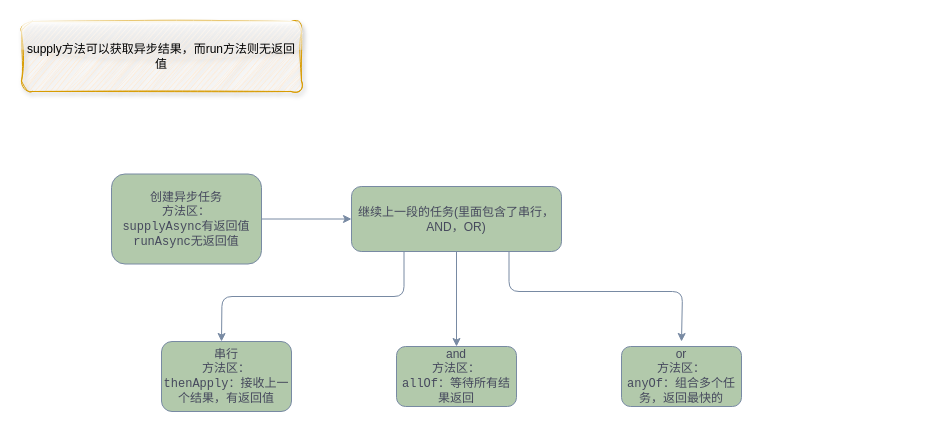
Earlier version of the draw.io diagram 异步编排的学习.drawio (Rain-with-me/uml). Source tidied: cells renumbered, new cells numbered last; positions are measured from the earlier drawing's top-left corner, leaving out a move shared by most shapes. Both pictures are drawn from the tidied source at 100%, with x=0, y=0 at pixel (21, 21).
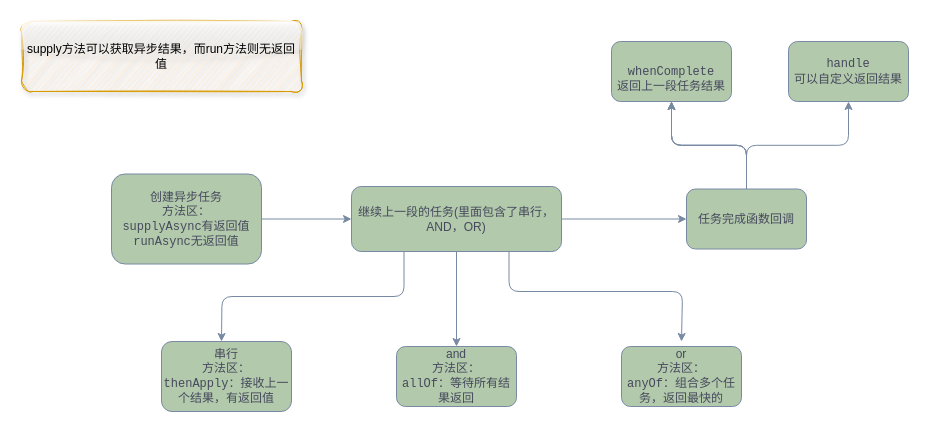
Above is the later version.

Commit message (it also covers changes not shown here):
更新异步编排的学习.drawio

Unchanged cells that the change refers to:
```xml
<mxCell id="7" value="继续上一段的任务(里面包含了串行，AND，OR)" style="rounded=1;whiteSpace=wrap;html=1;labelBackgroundColor=none;fillColor=#B2C9AB;strokeColor=#788AA3;fontColor=#46495D;" parent="1" vertex="1">
  <mxGeometry x="330" y="165" width="210" height="65" as="geometry" />
</mxCell>
```

Change to the diagram source:
```diff
@@
+    <mxCell id="12" style="edgeStyle=orthogonalEdgeStyle;rounded=1;jettySize=auto;html=1;strokeColor=#788AA3;fontColor=#46495D;fillColor=#B2C9AB;" parent="1" edge="1" source="7" target="17">
+      <mxGeometry relative="1" as="geometry" />
+    </mxCell>
@@
+    <mxCell id="13" style="edgeStyle=orthogonalEdgeStyle;rounded=1;jettySize=auto;html=1;strokeColor=#788AA3;fontColor=#46495D;fillColor=#B2C9AB;" parent="1" edge="1" source="17" target="18">
+      <mxGeometry relative="1" as="geometry" />
+    </mxCell>
+    <mxCell id="14" style="edgeStyle=orthogonalEdgeStyle;rounded=1;jettySize=auto;html=1;strokeColor=#788AA3;fontColor=#46495D;fillColor=#B2C9AB;" parent="1" edge="1" source="17" target="18">
+      <mxGeometry relative="1" as="geometry" />
+    </mxCell>
+    <mxCell id="15" style="edgeStyle=orthogonalEdgeStyle;rounded=1;jettySize=auto;html=1;strokeColor=#788AA3;fontColor=#46495D;fillColor=#B2C9AB;" parent="1" edge="1" source="17" target="18">
+      <mxGeometry relative="1" as="geometry" />
+    </mxCell>
+    <mxCell id="16" style="edgeStyle=orthogonalEdgeStyle;rounded=1;jettySize=auto;html=1;strokeColor=#788AA3;fontColor=#46495D;fillColor=#B2C9AB;" parent="1" edge="1" source="17" target="19">
+      <mxGeometry relative="1" as="geometry" />
+    </mxCell>
+    <mxCell id="17" value="任务完成函数回调" style="whiteSpace=wrap;html=1;fillColor=#B2C9AB;strokeColor=#788AA3;fontColor=#46495D;rounded=1;labelBackgroundColor=none;" parent="1" vertex="1">
+      <mxGeometry x="665" y="167.5" width="120" height="60" as="geometry" />
+    </mxCell>
+    <mxCell id="18" value="&lt;br&gt;&lt;code&gt;whenComplete&lt;br&gt;&lt;/code&gt;返回上一段任务结果&lt;br&gt;" style="whiteSpace=wrap;html=1;fillColor=#B2C9AB;strokeColor=#788AA3;fontColor=#46495D;rounded=1;labelBackgroundColor=none;" parent="1" vertex="1">
+      <mxGeometry x="590" y="20" width="120" height="60" as="geometry" />
+    </mxCell>
+    <mxCell id="19" value="&lt;code&gt;handle&lt;br&gt;可以自定义返回结果&lt;br&gt;&lt;/code&gt;" style="whiteSpace=wrap;html=1;fillColor=#B2C9AB;strokeColor=#788AA3;fontColor=#46495D;rounded=1;labelBackgroundColor=none;" parent="1" vertex="1">
+      <mxGeometry x="767" y="20" width="120" height="60" as="geometry" />
+    </mxCell>
```
